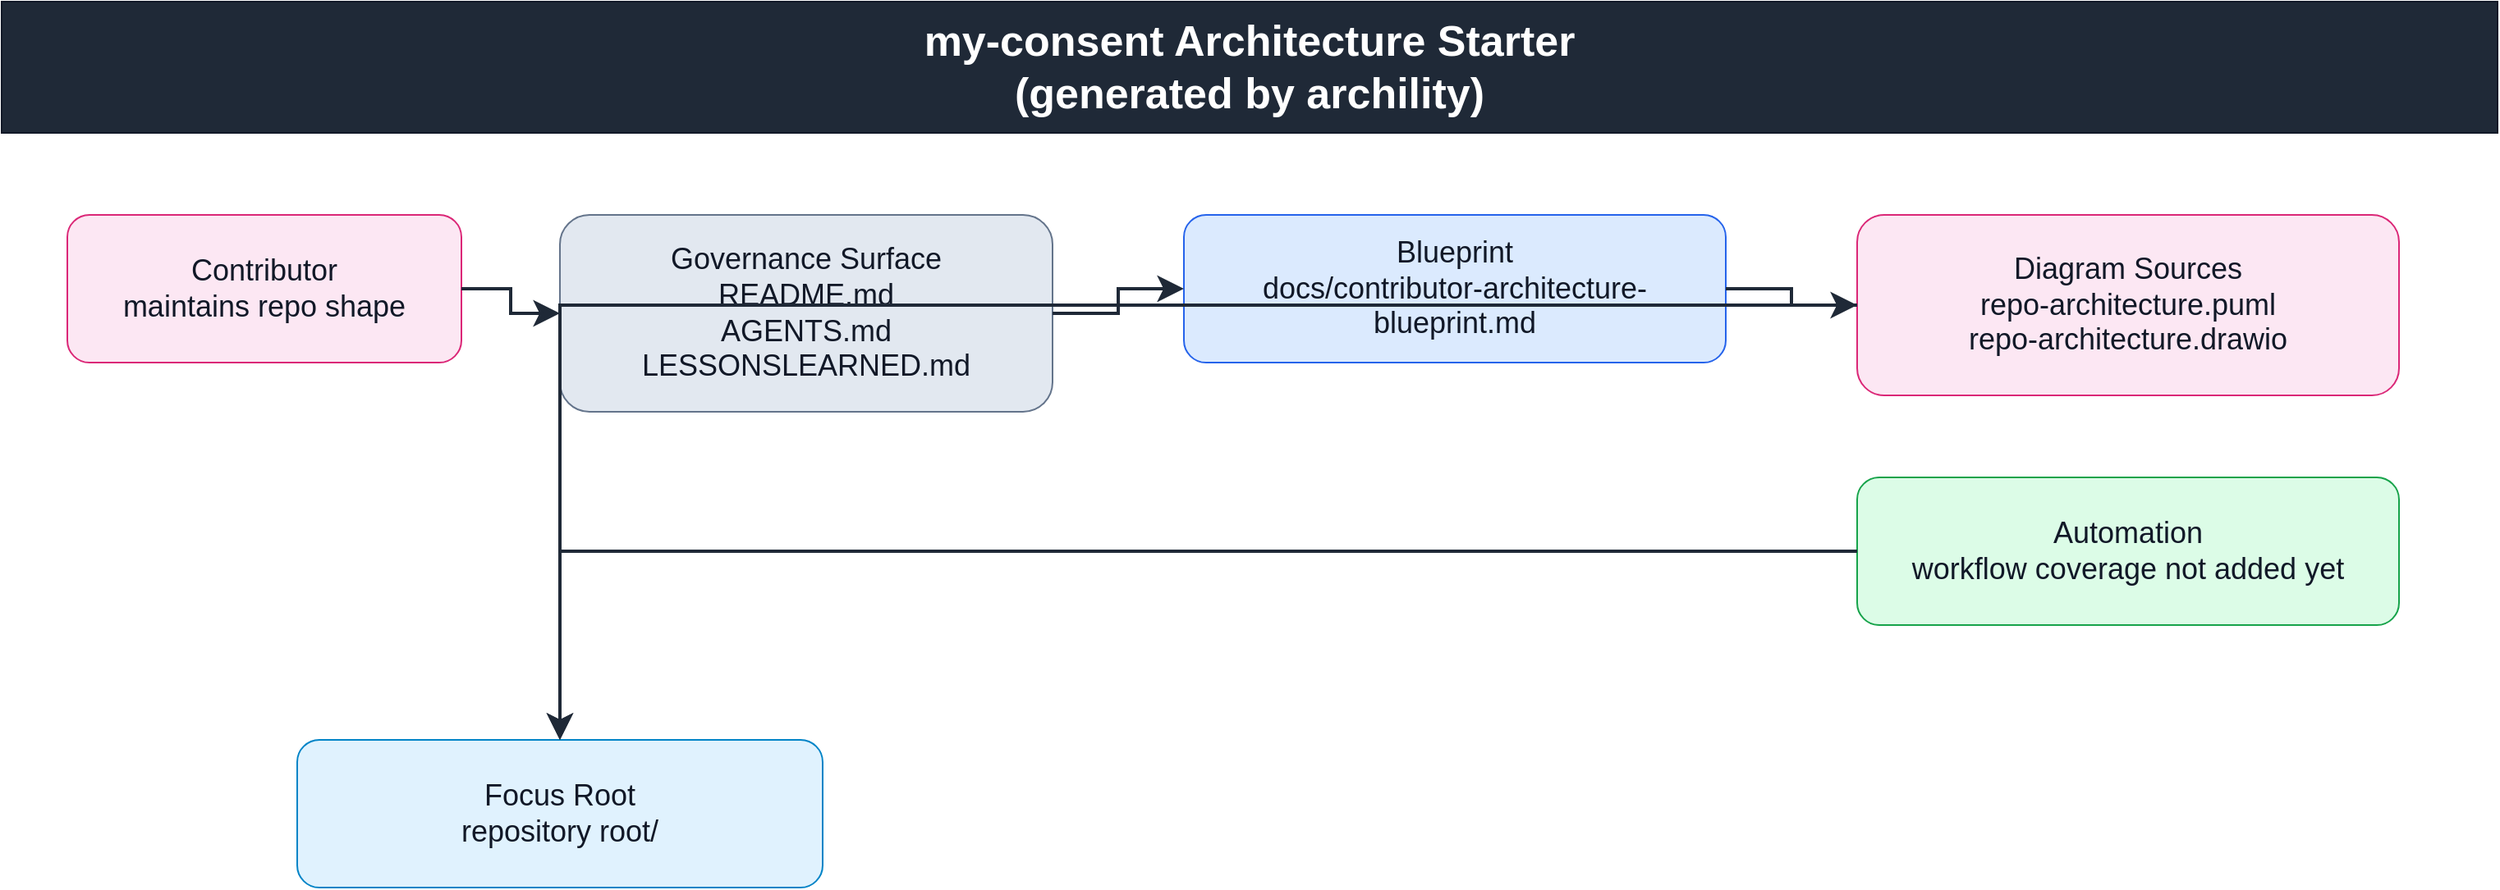
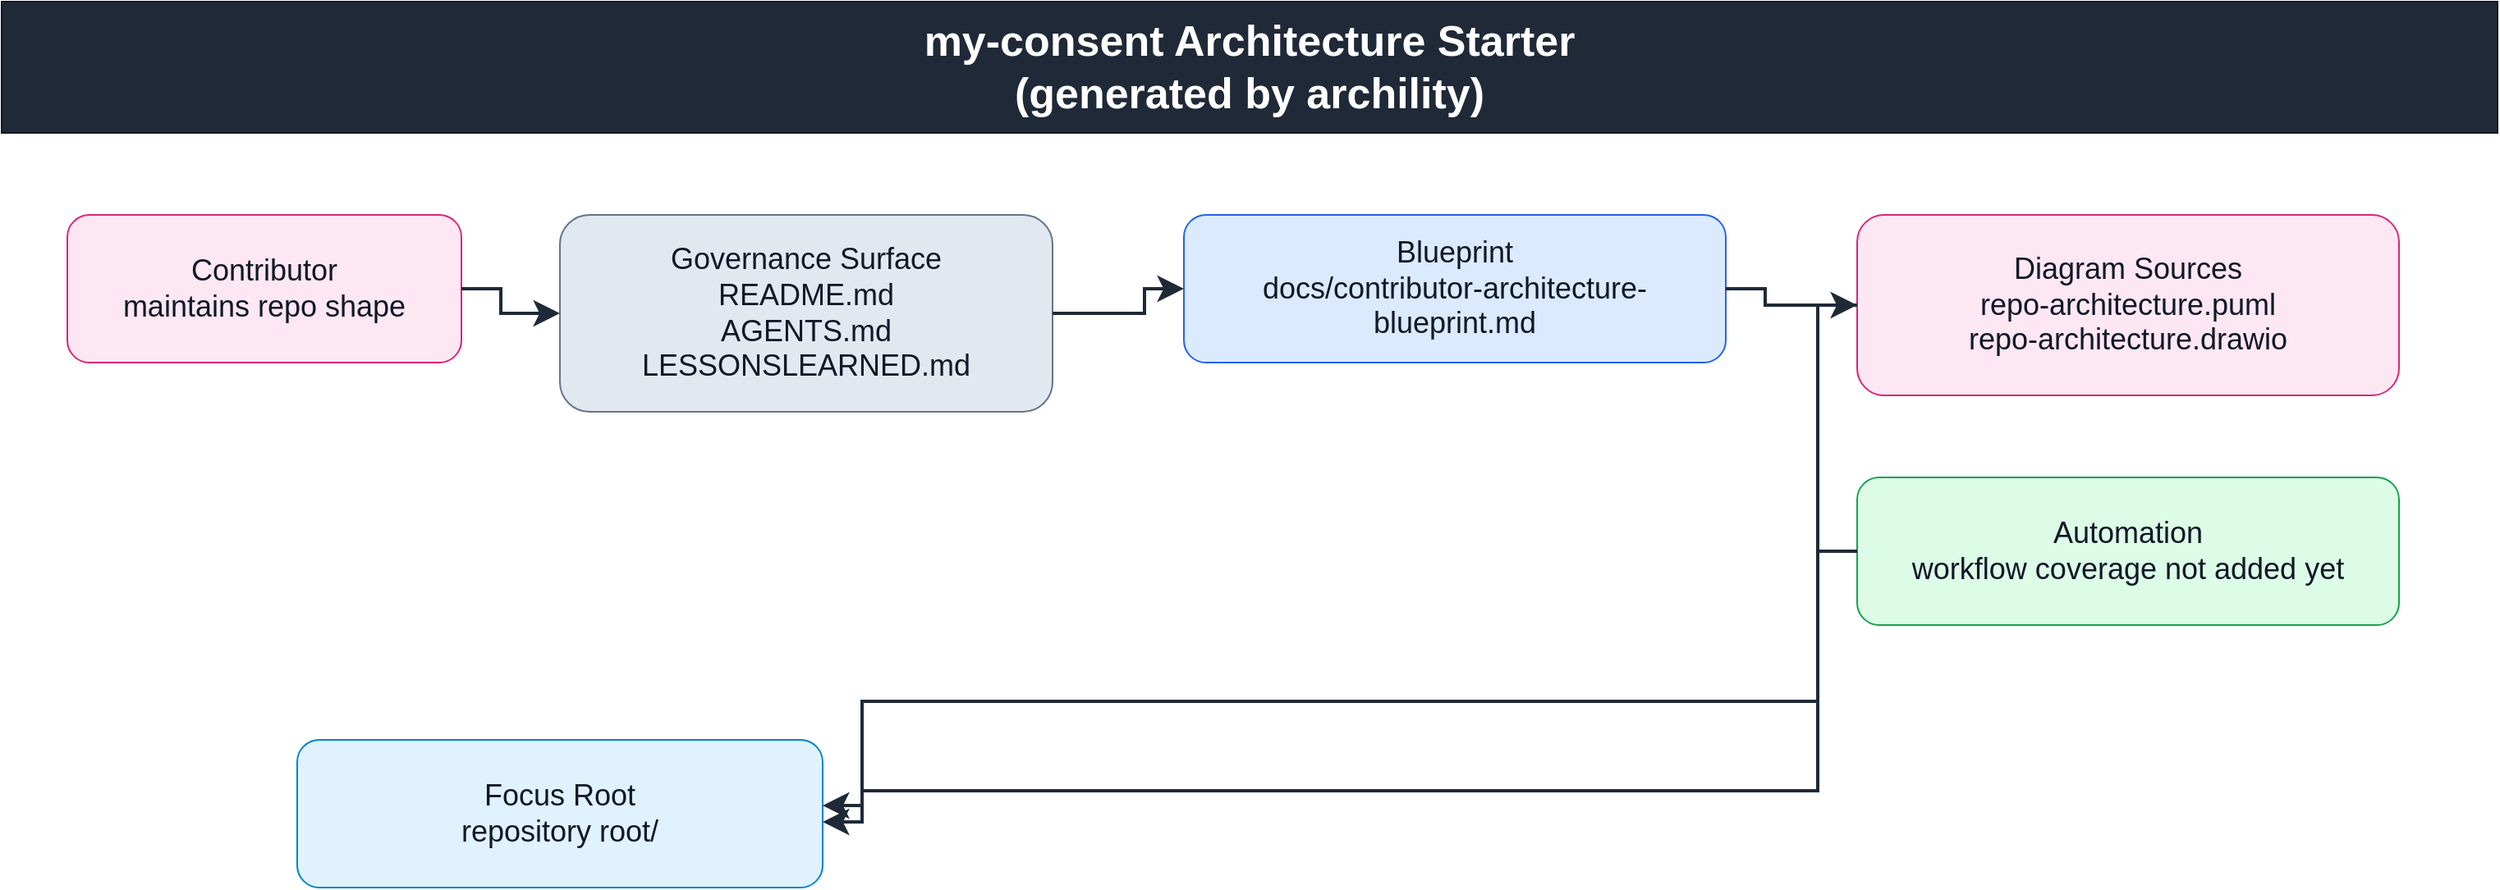
<?xml version='1.0' encoding='utf-8'?>
<mxfile host="app.diagrams.net" modified="generated-by-archility" agent="Codex GPT-5" version="24.7.17" type="device" compressed="false">
  <diagram id="repo-architecture" name="Repo Architecture">
    <mxGraphModel dx="1600" dy="1000" grid="1" gridSize="10" guides="1" tooltips="1" connect="1" arrows="1" fold="1" page="1" pageScale="1" pageWidth="1600" pageHeight="1200" math="0" shadow="0" keepEdgesInForeground="1" keepEdgesInBackground="0">
      <root>
        <mxCell id="0" />
        <mxCell id="1" parent="0" />
        <mxCell id="2" value="my-consent Architecture Starter&#10;(generated by archility)" style="rounded=0;whiteSpace=wrap;html=0;fillColor=#1F2937;strokeColor=#111827;fontColor=#FFFFFF;fontSize=26;fontStyle=1;align=center;verticalAlign=middle;spacing=10;" vertex="1" parent="1">
          <mxGeometry x="40" y="20" width="1520" height="80" as="geometry" />
        </mxCell>
        <mxCell id="10" value="Contributor&#10;maintains repo shape" style="rounded=1;whiteSpace=wrap;html=0;fillColor=#FCE7F3;strokeColor=#DB2777;fontColor=#111827;fontSize=18;align=center;verticalAlign=middle;spacing=8;" vertex="1" parent="1">
          <mxGeometry x="80" y="150" width="240" height="90" as="geometry" />
        </mxCell>
        <mxCell id="20" value="Governance Surface&#10;README.md&#10;AGENTS.md&#10;LESSONSLEARNED.md" style="rounded=1;whiteSpace=wrap;html=0;fillColor=#E2E8F0;strokeColor=#64748B;fontColor=#111827;fontSize=18;align=center;verticalAlign=middle;spacing=8;" vertex="1" parent="1">
          <mxGeometry x="380" y="150" width="300" height="120" as="geometry" />
        </mxCell>
        <mxCell id="30" value="Blueprint&#10; docs/contributor-architecture-blueprint.md" style="rounded=1;whiteSpace=wrap;html=0;fillColor=#DBEAFE;strokeColor=#2563EB;fontColor=#111827;fontSize=18;align=center;verticalAlign=middle;spacing=8;" vertex="1" parent="1">
          <mxGeometry x="760" y="150" width="330" height="90" as="geometry" />
        </mxCell>
        <mxCell id="40" value="Diagram Sources&#10;repo-architecture.puml&#10;repo-architecture.drawio" style="rounded=1;whiteSpace=wrap;html=0;fillColor=#FCE7F3;strokeColor=#DB2777;fontColor=#111827;fontSize=18;align=center;verticalAlign=middle;spacing=8;" vertex="1" parent="1">
          <mxGeometry x="1170" y="150" width="330" height="110" as="geometry" />
        </mxCell>
        <mxCell id="50" value="Automation&#10;workflow coverage not added yet" style="rounded=1;whiteSpace=wrap;html=0;fillColor=#DCFCE7;strokeColor=#16A34A;fontColor=#111827;fontSize=18;align=center;verticalAlign=middle;spacing=8;" vertex="1" parent="1">
          <mxGeometry x="1170" y="310" width="330" height="90" as="geometry" />
        </mxCell>
        <mxCell id="100" value="Focus Root&#10;repository root/" style="rounded=1;whiteSpace=wrap;html=0;fillColor=#E0F2FE;strokeColor=#0284C7;fontColor=#111827;fontSize=18;align=center;verticalAlign=middle;spacing=8;" vertex="1" parent="1">
          <mxGeometry x="220" y="470" width="320" height="90" as="geometry" />
        </mxCell>
-         <mxCell id="500" style="rounded=0;html=0;strokeColor=#1F2937;edgeStyle=orthogonalEdgeStyle;orthogonalLoop=1;jettySize=12;endArrow=classic;endFill=1;endSize=10;strokeWidth=2;" edge="1" parent="1" source="10" target="20">
-           <mxGeometry relative="1" as="geometry" />
+         <mxCell id="500" style="rounded=0;html=0;strokeColor=#1F2937;edgeStyle=orthogonalEdgeStyle;orthogonalLoop=1;jettySize=12;endArrow=classic;endFill=1;endSize=10;strokeWidth=2;jumpStyle=arc;jumpSize=10;" edge="1" parent="1" source="10" target="20">
+           <mxGeometry relative="1" as="geometry" archilityManagedRoute="1">
+             <Array as="points">
+               <mxPoint x="344" y="195" />
+               <mxPoint x="344" y="210" />
+               <mxPoint x="356" y="210" />
+             </Array>
+           </mxGeometry>
        </mxCell>
-         <mxCell id="501" style="rounded=0;html=0;strokeColor=#1F2937;edgeStyle=orthogonalEdgeStyle;orthogonalLoop=1;jettySize=12;endArrow=classic;endFill=1;endSize=10;strokeWidth=2;" edge="1" parent="1" source="20" target="30">
-           <mxGeometry relative="1" as="geometry" />
+         <mxCell id="501" style="rounded=0;html=0;strokeColor=#1F2937;edgeStyle=orthogonalEdgeStyle;orthogonalLoop=1;jettySize=12;endArrow=classic;endFill=1;endSize=10;strokeWidth=2;jumpStyle=arc;jumpSize=10;" edge="1" parent="1" source="20" target="30">
+           <mxGeometry relative="1" as="geometry" archilityManagedRoute="1">
+             <Array as="points">
+               <mxPoint x="704" y="210" />
+               <mxPoint x="736" y="210" />
+               <mxPoint x="736" y="195" />
+             </Array>
+           </mxGeometry>
        </mxCell>
-         <mxCell id="502" style="rounded=0;html=0;strokeColor=#1F2937;edgeStyle=orthogonalEdgeStyle;orthogonalLoop=1;jettySize=12;endArrow=classic;endFill=1;endSize=10;strokeWidth=2;" edge="1" parent="1" source="30" target="40">
-           <mxGeometry relative="1" as="geometry" />
+         <mxCell id="502" style="rounded=0;html=0;strokeColor=#1F2937;edgeStyle=orthogonalEdgeStyle;orthogonalLoop=1;jettySize=12;endArrow=classic;endFill=1;endSize=10;strokeWidth=2;jumpStyle=arc;jumpSize=10;" edge="1" parent="1" source="30" target="40">
+           <mxGeometry relative="1" as="geometry" archilityManagedRoute="1">
+             <Array as="points">
+               <mxPoint x="1114" y="195" />
+               <mxPoint x="1114" y="205" />
+               <mxPoint x="1146" y="205" />
+             </Array>
+           </mxGeometry>
        </mxCell>
-         <mxCell id="511" style="rounded=0;html=0;strokeColor=#1F2937;edgeStyle=orthogonalEdgeStyle;orthogonalLoop=1;jettySize=12;endArrow=classic;endFill=1;endSize=10;strokeWidth=2;" edge="1" parent="1" source="40" target="100">
-           <mxGeometry relative="1" as="geometry" />
+         <mxCell id="511" style="rounded=0;html=0;strokeColor=#1F2937;edgeStyle=orthogonalEdgeStyle;orthogonalLoop=1;jettySize=12;endArrow=classic;endFill=1;endSize=10;strokeWidth=2;jumpStyle=arc;jumpSize=10;" edge="1" parent="1" source="40" target="100">
+           <mxGeometry relative="1" as="geometry" archilityManagedRoute="1">
+             <Array as="points">
+               <mxPoint x="1146" y="205" />
+               <mxPoint x="1146" y="501" />
+               <mxPoint x="564" y="501" />
+               <mxPoint x="564" y="510" />
+             </Array>
+           </mxGeometry>
        </mxCell>
-         <mxCell id="521" style="rounded=0;html=0;strokeColor=#1F2937;edgeStyle=orthogonalEdgeStyle;orthogonalLoop=1;jettySize=12;endArrow=classic;endFill=1;endSize=10;strokeWidth=2;" edge="1" parent="1" source="50" target="100">
-           <mxGeometry relative="1" as="geometry" />
+         <mxCell id="521" style="rounded=0;html=0;strokeColor=#1F2937;edgeStyle=orthogonalEdgeStyle;orthogonalLoop=1;jettySize=12;endArrow=classic;endFill=1;endSize=10;strokeWidth=2;jumpStyle=arc;jumpSize=10;" edge="1" parent="1" source="50" target="100">
+           <mxGeometry relative="1" as="geometry" archilityManagedRoute="1">
+             <Array as="points">
+               <mxPoint x="1146" y="355" />
+               <mxPoint x="1146" y="446.5" />
+               <mxPoint x="564" y="446.5" />
+               <mxPoint x="564" y="520" />
+             </Array>
+           </mxGeometry>
        </mxCell>
      </root>
    </mxGraphModel>
  </diagram>
</mxfile>
